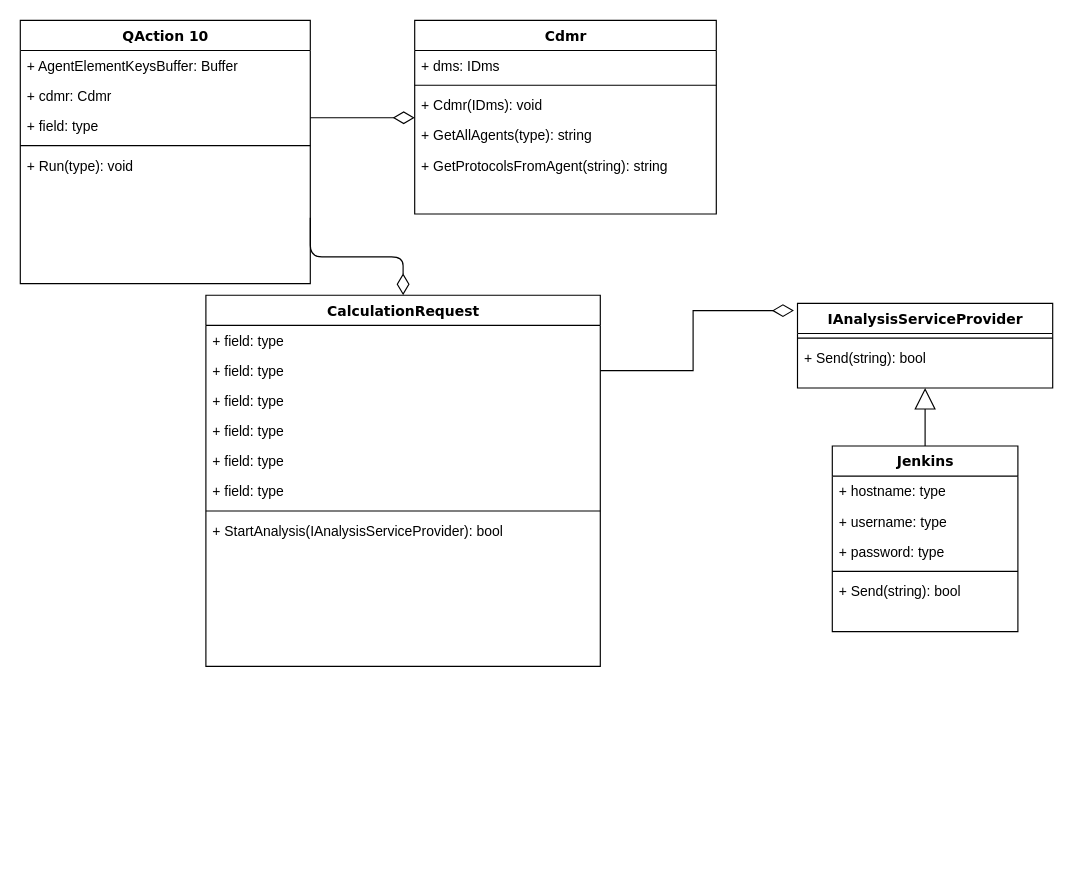
Before: UMLConnectorQuality.drawio in janstaelensskyline/DrawIO, a draw.io diagram. Source tidied: cells renumbered, new cells numbered last; positions are measured from the earlier drawing's top-left corner, leaving out a move shared by most shapes. Both pictures are drawn from the tidied source at 116%, with x=0, y=0 at pixel (20, 20).
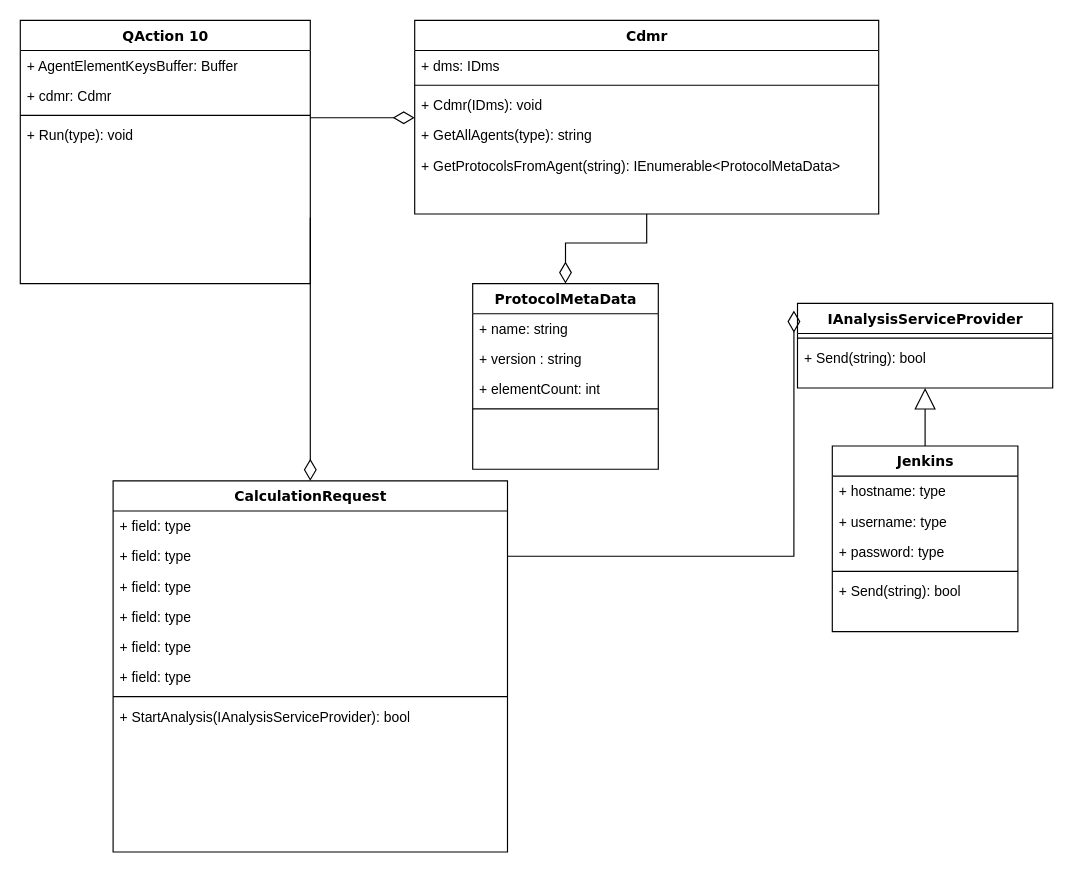
The same diagram, later.

The change refers to these unchanged cells:
```xml
<mxCell id="2" value="QAction 10" style="swimlane;html=1;fontStyle=1;align=center;verticalAlign=top;horizontal=1;startSize=26;swimlaneFillColor=#ffffff;rounded=0;shadow=0;comic=0;labelBackgroundColor=none;strokeWidth=1;fillColor=none;fontFamily=Verdana;fontSize=12;" parent="1" vertex="1">
  <mxGeometry width="250" height="227" as="geometry" />
</mxCell>
```

Change to the diagram source:
```diff
@@
-    <mxCell id="5" value="+ field: type" style="text;html=1;strokeColor=none;fillColor=none;align=left;verticalAlign=top;spacingLeft=4;spacingRight=4;whiteSpace=wrap;overflow=hidden;" parent="2" vertex="1">
-      <mxGeometry y="78" width="250" height="26" as="geometry" />
-    </mxCell>
     <mxCell id="6" style="line;html=1;strokeWidth=1;fillColor=none;align=left;verticalAlign=middle;spacingTop=-1;spacingLeft=3;spacingRight=3;labelPosition=right;" parent="2" vertex="1">
-      <mxGeometry y="104" width="250" height="8" as="geometry" />
+      <mxGeometry y="78" width="250" height="8" as="geometry" />
     </mxCell>
     <mxCell id="7" value="+ Run(type): void" style="text;html=1;strokeColor=none;fillColor=none;align=left;verticalAlign=top;spacingLeft=4;spacingRight=4;whiteSpace=wrap;overflow=hidden;" parent="2" vertex="1">
-      <mxGeometry y="112" width="250" height="26" as="geometry" />
+      <mxGeometry y="86" width="250" height="26" as="geometry" />
     </mxCell>
+    <mxCell id="36" style="edgeStyle=orthogonalEdgeStyle;rounded=0;jettySize=auto;html=1;exitX=0.5;exitY=1;exitDx=0;exitDy=0;entryX=0.5;entryY=0;entryDx=0;entryDy=0;endArrow=diamondThin;endFill=0;endSize=16;" parent="1" edge="1" source="8" target="37">
+      <mxGeometry relative="1" as="geometry" />
+    </mxCell>
     <mxCell id="8" value="Cdmr" style="swimlane;html=1;fontStyle=1;align=center;verticalAlign=top;horizontal=1;startSize=26;swimlaneFillColor=#ffffff;rounded=0;shadow=0;comic=0;labelBackgroundColor=none;strokeWidth=1;fillColor=none;fontFamily=Verdana;fontSize=12;" parent="1" vertex="1">
-      <mxGeometry x="340" width="260" height="167" as="geometry" />
+      <mxGeometry x="340" width="400" height="167" as="geometry" />
     </mxCell>
     <mxCell id="9" value="+ dms: IDms" style="text;html=1;strokeColor=none;fillColor=none;align=left;verticalAlign=top;spacingLeft=4;spacingRight=4;whiteSpace=wrap;overflow=hidden;" parent="8" vertex="1">
-      <mxGeometry y="26" width="260" height="26" as="geometry" />
+      <mxGeometry y="26" width="400" height="26" as="geometry" />
     </mxCell>
     <mxCell id="10" style="line;html=1;strokeWidth=1;fillColor=none;align=left;verticalAlign=middle;spacingTop=-1;spacingLeft=3;spacingRight=3;labelPosition=right;" parent="8" vertex="1">
-      <mxGeometry y="52" width="260" height="8" as="geometry" />
+      <mxGeometry y="52" width="400" height="8" as="geometry" />
     </mxCell>
     <mxCell id="11" value="+ Cdmr(IDms): void" style="text;html=1;strokeColor=none;fillColor=none;align=left;verticalAlign=top;spacingLeft=4;spacingRight=4;whiteSpace=wrap;overflow=hidden;" parent="8" vertex="1">
-      <mxGeometry y="60" width="260" height="26" as="geometry" />
+      <mxGeometry y="60" width="400" height="26" as="geometry" />
     </mxCell>
     <mxCell id="12" value="+ GetAllAgents(type): string" style="text;html=1;strokeColor=none;fillColor=none;align=left;verticalAlign=top;spacingLeft=4;spacingRight=4;whiteSpace=wrap;overflow=hidden;" parent="8" vertex="1">
-      <mxGeometry y="86" width="260" height="26" as="geometry" />
+      <mxGeometry y="86" width="400" height="26" as="geometry" />
     </mxCell>
-    <mxCell id="13" value="+ GetProtocolsFromAgent(string): string" style="text;html=1;strokeColor=none;fillColor=none;align=left;verticalAlign=top;spacingLeft=4;spacingRight=4;whiteSpace=wrap;overflow=hidden;" parent="8" vertex="1">
-      <mxGeometry y="112" width="260" height="26" as="geometry" />
+    <mxCell id="13" value="+ GetProtocolsFromAgent(string): IEnumerable&amp;lt;ProtocolMetaData&amp;gt;" style="text;html=1;strokeColor=none;fillColor=none;align=left;verticalAlign=top;spacingLeft=4;spacingRight=4;whiteSpace=wrap;overflow=hidden;" parent="8" vertex="1">
+      <mxGeometry y="112" width="400" height="26" as="geometry" />
     </mxCell>
@@
     <mxCell id="21" value="CalculationRequest" style="swimlane;html=1;fontStyle=1;align=center;verticalAlign=top;horizontal=1;startSize=26;swimlaneFillColor=#ffffff;rounded=0;shadow=0;comic=0;labelBackgroundColor=none;strokeWidth=1;fillColor=none;fontFamily=Verdana;fontSize=12;" parent="1" vertex="1">
-      <mxGeometry x="160" y="237" width="340" height="320" as="geometry" />
+      <mxGeometry x="80" y="397" width="340" height="320" as="geometry" />
     </mxCell>
@@
+    <mxCell id="37" value="ProtocolMetaData" style="swimlane;html=1;fontStyle=1;align=center;verticalAlign=top;horizontal=1;startSize=26;swimlaneFillColor=#ffffff;rounded=0;shadow=0;comic=0;labelBackgroundColor=none;strokeWidth=1;fillColor=none;fontFamily=Verdana;fontSize=12;" parent="1" vertex="1">
+      <mxGeometry x="390" y="227" width="160" height="160" as="geometry" />
+    </mxCell>
+    <mxCell id="38" value="+ name: string" style="text;html=1;strokeColor=none;fillColor=none;align=left;verticalAlign=top;spacingLeft=4;spacingRight=4;whiteSpace=wrap;overflow=hidden;" parent="37" vertex="1">
+      <mxGeometry y="26" width="160" height="26" as="geometry" />
+    </mxCell>
+    <mxCell id="39" value="+ version : string" style="text;html=1;strokeColor=none;fillColor=none;align=left;verticalAlign=top;spacingLeft=4;spacingRight=4;whiteSpace=wrap;overflow=hidden;" parent="37" vertex="1">
+      <mxGeometry y="52" width="160" height="26" as="geometry" />
+    </mxCell>
+    <mxCell id="40" value="+ elementCount: int" style="text;html=1;strokeColor=none;fillColor=none;align=left;verticalAlign=top;spacingLeft=4;spacingRight=4;whiteSpace=wrap;overflow=hidden;" parent="37" vertex="1">
+      <mxGeometry y="78" width="160" height="26" as="geometry" />
+    </mxCell>
+    <mxCell id="41" style="line;html=1;strokeWidth=1;fillColor=none;align=left;verticalAlign=middle;spacingTop=-1;spacingLeft=3;spacingRight=3;labelPosition=right;" parent="37" vertex="1">
+      <mxGeometry y="104" width="160" height="8" as="geometry" />
+    </mxCell>
```
